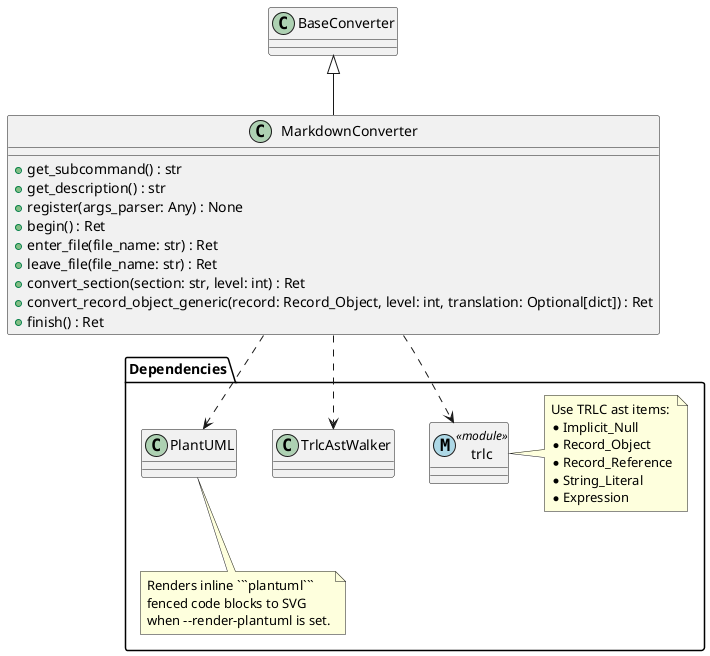
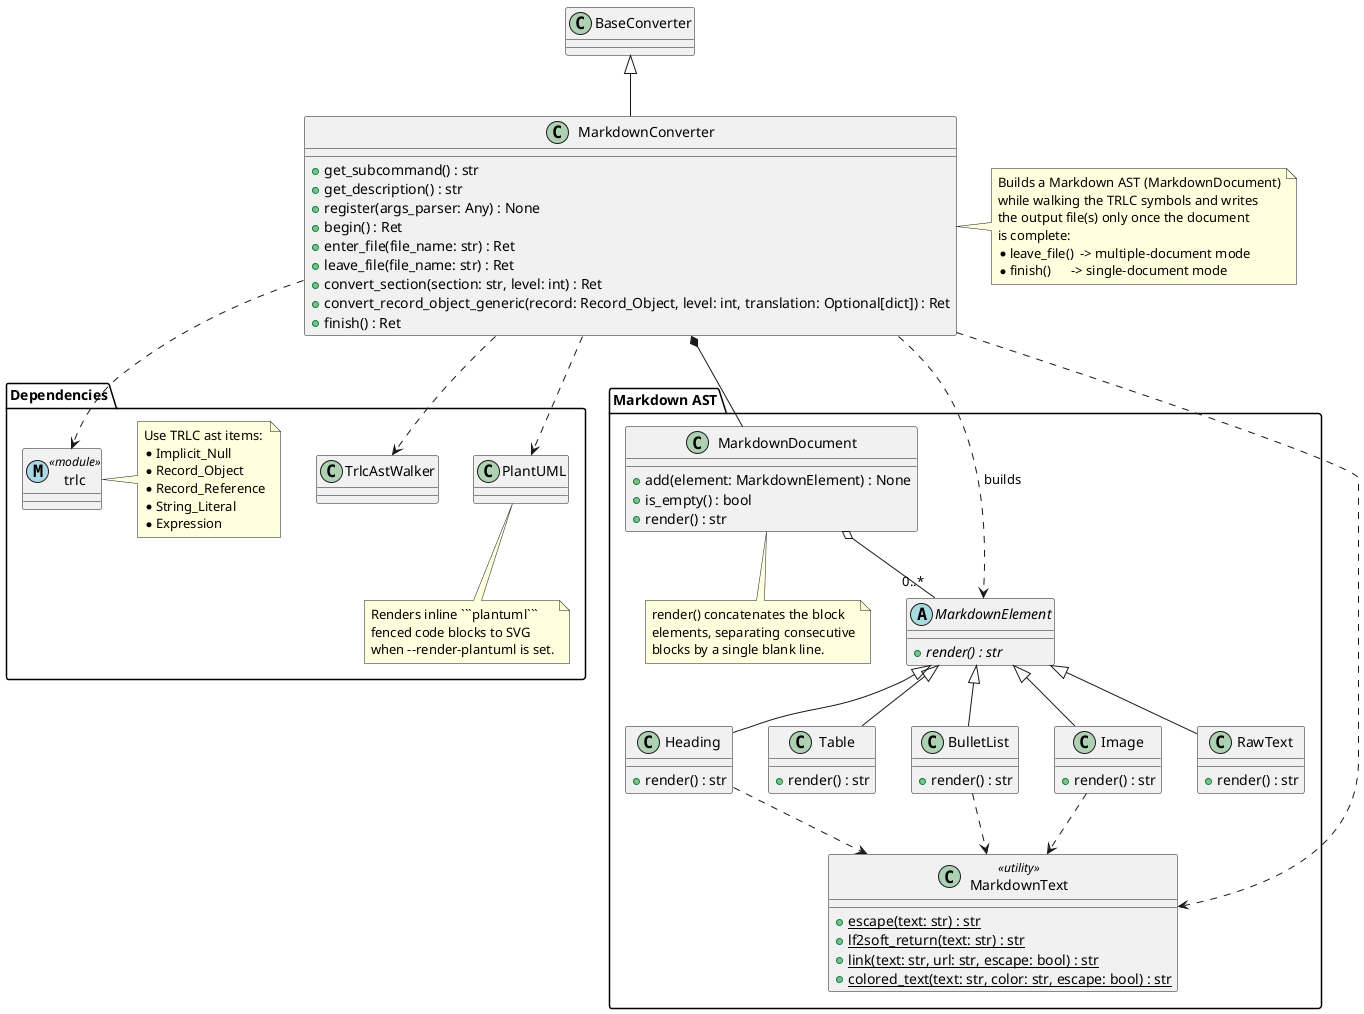
@startuml

class BaseConverter {
}
class MarkdownConverter extends BaseConverter {
    +get_subcommand() : str
    +get_description() : str
    +register(args_parser: Any) : None
    +begin() : Ret
    +enter_file(file_name: str) : Ret
    +leave_file(file_name: str) : Ret
    +convert_section(section: str, level: int) : Ret
    +convert_record_object_generic(record: Record_Object, level: int, translation: Optional[dict]) : Ret
    +finish() : Ret
}

+ note right of MarkdownConverter
+     Builds a Markdown AST (MarkdownDocument)
+     while walking the TRLC symbols and writes
+     the output file(s) only once the document
+     is complete:
+     * leave_file()  -> multiple-document mode
+     * finish()      -> single-document mode
+ end note
+ 
+ package "Markdown AST" {
+ 
+     abstract class MarkdownElement {
+         +{abstract} render() : str
+     }
+ 
+     class Heading extends MarkdownElement {
+         +render() : str
+     }
+     class Table extends MarkdownElement {
+         +render() : str
+     }
+     class BulletList extends MarkdownElement {
+         +render() : str
+     }
+     class Image extends MarkdownElement {
+         +render() : str
+     }
+     class RawText extends MarkdownElement {
+         +render() : str
+     }
+ 
+     class MarkdownDocument {
+         +add(element: MarkdownElement) : None
+         +is_empty() : bool
+         +render() : str
+     }
+ 
+     class MarkdownText <<utility>> {
+         +{static} escape(text: str) : str
+         +{static} lf2soft_return(text: str) : str
+         +{static} link(text: str, url: str, escape: bool) : str
+         +{static} colored_text(text: str, color: str, escape: bool) : str
+     }
+ 
+     note bottom of MarkdownDocument
+         render() concatenates the block
+         elements, separating consecutive
+         blocks by a single blank line.
+     end note
+ 
+     MarkdownDocument o-- "0..*" MarkdownElement
+     Heading ..> MarkdownText
+     Image ..> MarkdownText
+     BulletList ..> MarkdownText
+ }
+ 
+ MarkdownConverter *-- MarkdownDocument
+ MarkdownConverter ..> MarkdownElement : builds
+ MarkdownConverter ..> MarkdownText

package "Dependencies" {

    class "trlc" <<(M ,lightblue) module>>{
    }

    note right of "trlc"
        Use TRLC ast items:
        * Implicit_Null
        * Record_Object
        * Record_Reference
        * String_Literal
        * Expression
    end note

    class TrlcAstWalker {
    }

    class PlantUML {
    }
    note bottom of PlantUML
        Renders inline ```plantuml```
        fenced code blocks to SVG
        when --render-plantuml is set.
    end note
}

MarkdownConverter ..> "trlc"
MarkdownConverter ..> TrlcAstWalker
MarkdownConverter ..> PlantUML

- @enduml+ @enduml
